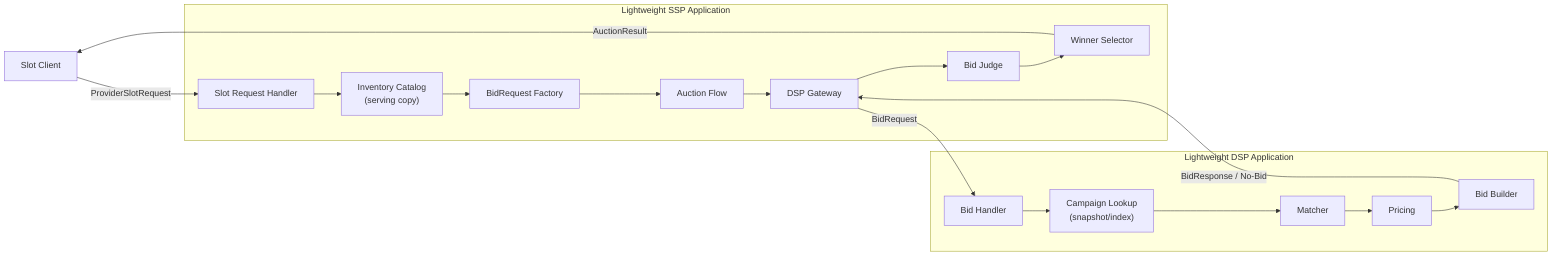
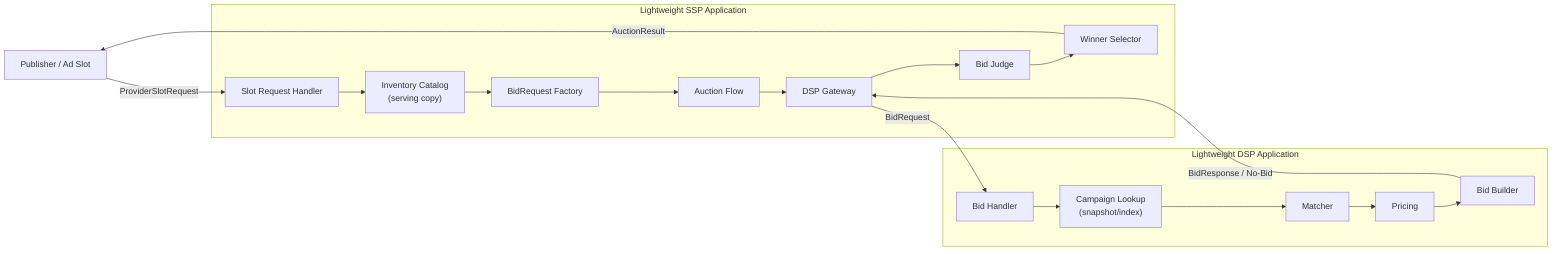
flowchart LR
-     client["Slot Client"]
+     client["Publisher / Ad Slot"]

    subgraph ssp["Lightweight SSP Application"]
        slotRequest["Slot Request Handler"]
        inventory["Inventory Catalog\n(serving copy)"]
        bidRequest["BidRequest Factory"]
        auctionFlow["Auction Flow"]
        dspGateway["DSP Gateway"]
        bidJudge["Bid Judge"]
        winner["Winner Selector"]
    end

    subgraph dsp["Lightweight DSP Application"]
        bidHandler["Bid Handler"]
        campaignLookup["Campaign Lookup\n(snapshot/index)"]
        matcher["Matcher"]
        pricing["Pricing"]
        bidBuilder["Bid Builder"]
    end

    client -->|"ProviderSlotRequest"| slotRequest
    slotRequest --> inventory
    inventory --> bidRequest
    bidRequest --> auctionFlow
    auctionFlow --> dspGateway
    dspGateway -->|"BidRequest"| bidHandler

    bidHandler --> campaignLookup
    campaignLookup --> matcher
    matcher --> pricing
    pricing --> bidBuilder

    bidBuilder -->|"BidResponse / No-Bid"| dspGateway
    dspGateway --> bidJudge
    bidJudge --> winner
    winner -->|"AuctionResult"| client
